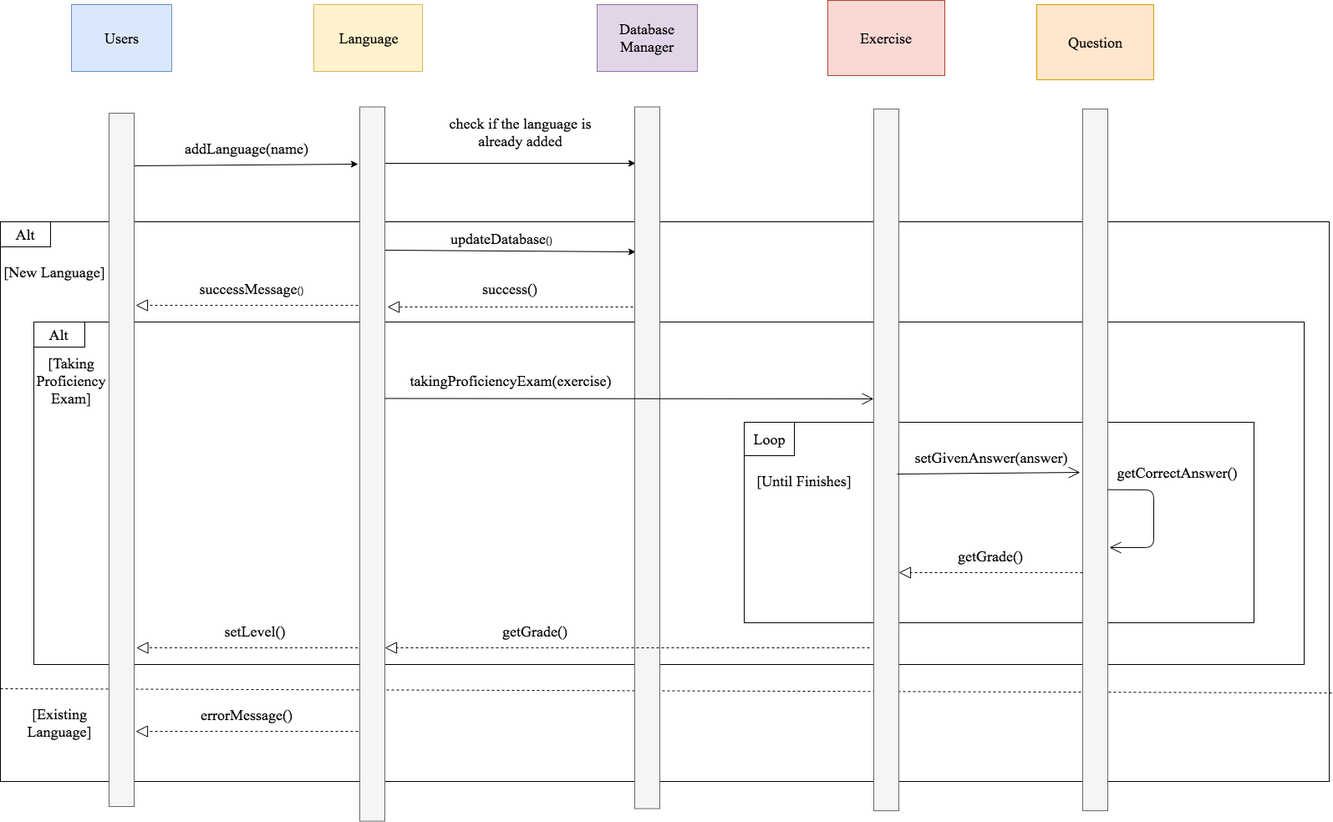
This is images/SequenceDiagrams/addLang.png from bounswe/bounswe2019group10, a draw.io export, as it was before one commit. Source tidied: cells renumbered, new cells last; positions are measured from the earlier drawing's top-left corner, leaving out a move shared by most shapes.
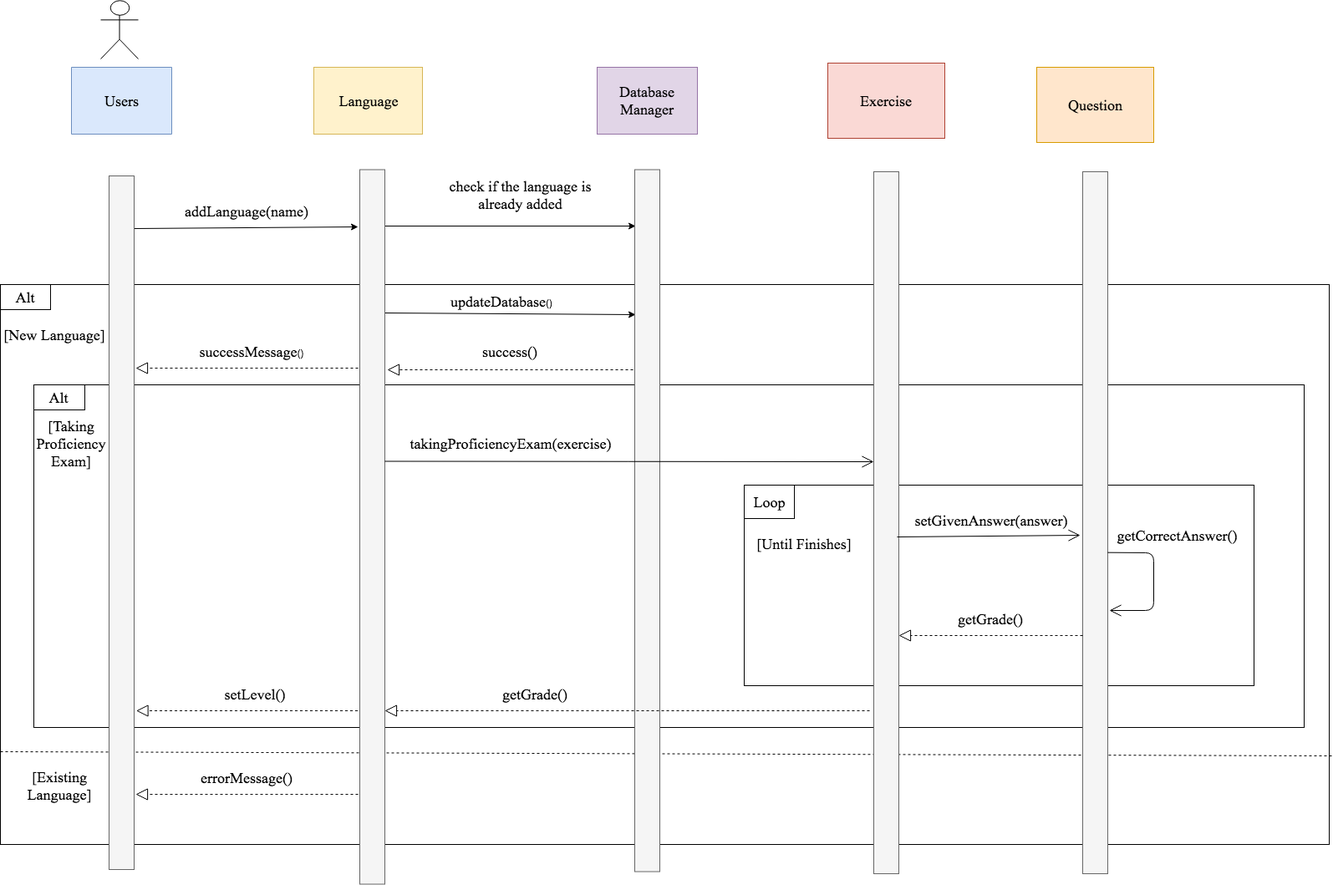
The same file after the commit.

Diff of the diagram source:
```diff
@@ -188,5 +188,8 @@
     <mxCell id="51" value="&lt;font face=&quot;Times New Roman&quot;&gt;&lt;span style=&quot;font-size: 18px&quot;&gt;setLevel()&lt;/span&gt;&lt;/font&gt;" style="text;html=1;strokeColor=none;fillColor=none;align=center;verticalAlign=middle;whiteSpace=wrap;rounded=0;shadow=0;glass=0;comic=0;" parent="1" vertex="1">
       <mxGeometry x="203.5" y="745" width="200" height="20" as="geometry" />
     </mxCell>
+    <mxCell id="52" style="shape=umlActor;verticalLabelPosition=bottom;labelBackgroundColor=#ffffff;verticalAlign=top;html=1;" parent="1" vertex="1">
+      <mxGeometry x="120" y="-75" width="45" height="70" as="geometry" />
+    </mxCell>
   </root>
 </mxGraphModel>
```
